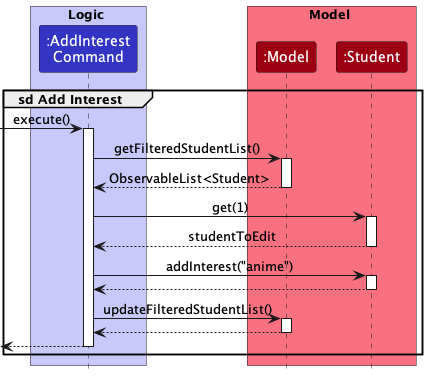
The PlantUML diagram docs/images/AddInterestRefSequenceDiagram.png in nus-cs2103-AY2223S1/tp, before a commit.
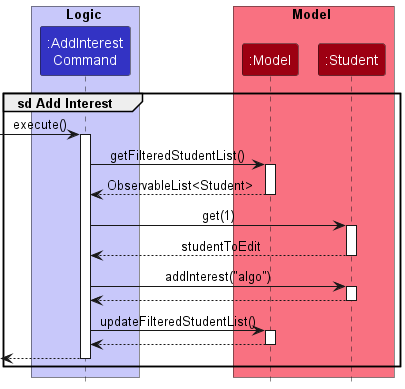
The same file after the commit.

Change to the diagram source:
```diff
@@ -24,7 +24,7 @@
 Student --> AddInterestCommand: studentToEdit
 deactivate Student
 
-AddInterestCommand -> Student: addInterest("anime")
+AddInterestCommand -> Student: addInterest("algo")
 activate Student
 Student --> AddInterestCommand
 deactivate Student
```
